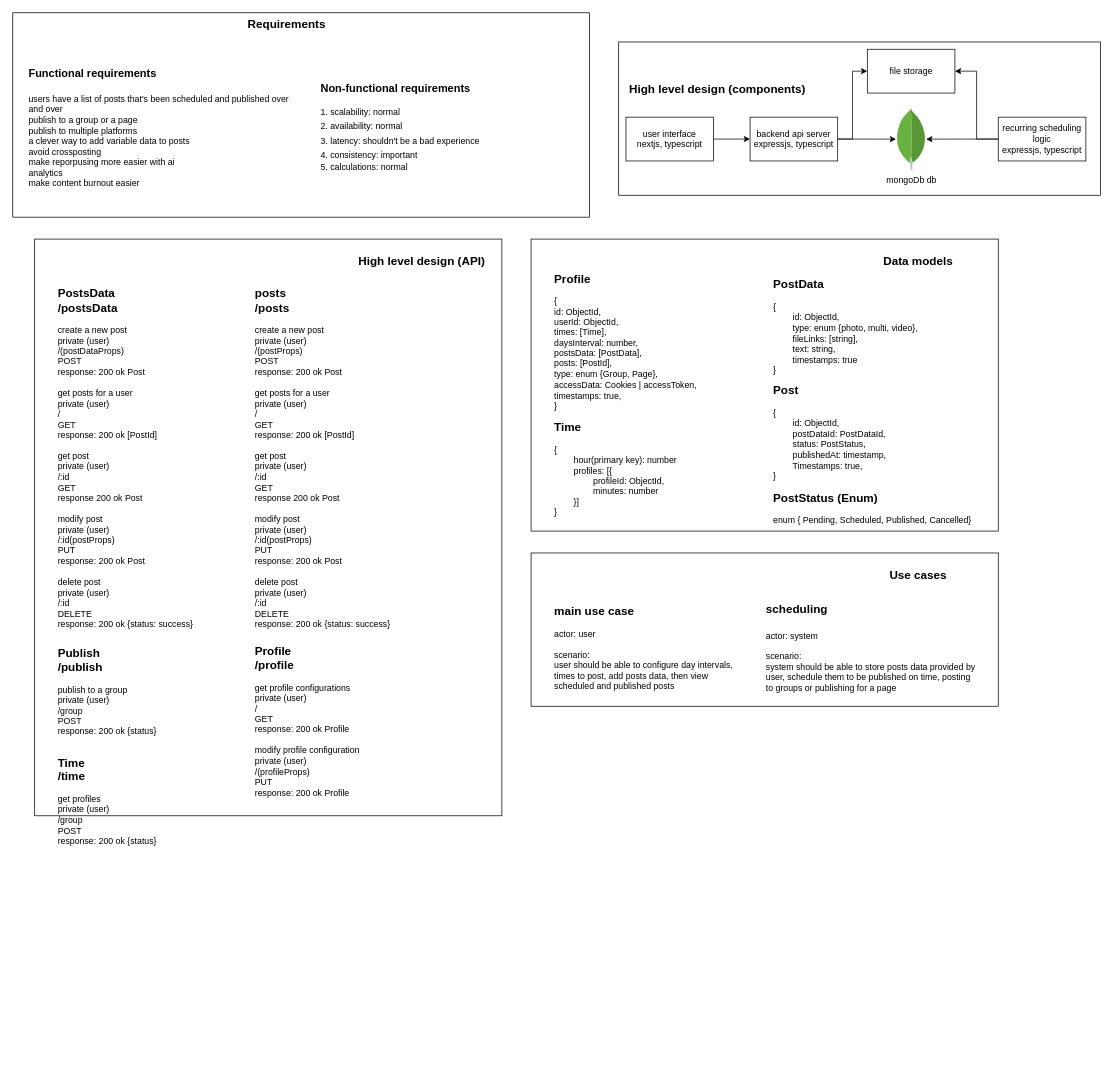
ahmed-elbehairy7/pamylka-system-design keeps this draw.io diagram as page "high-level" (1 of 3) of auto-post.drawio. Above is the earlier version. Source tidied: cells renumbered, new cells numbered last; positions are measured from the earlier drawing's top-left corner, leaving out a move shared by most shapes. Both pictures are drawn from the tidied source at 73%, with x=0, y=0 at pixel (12, 12).
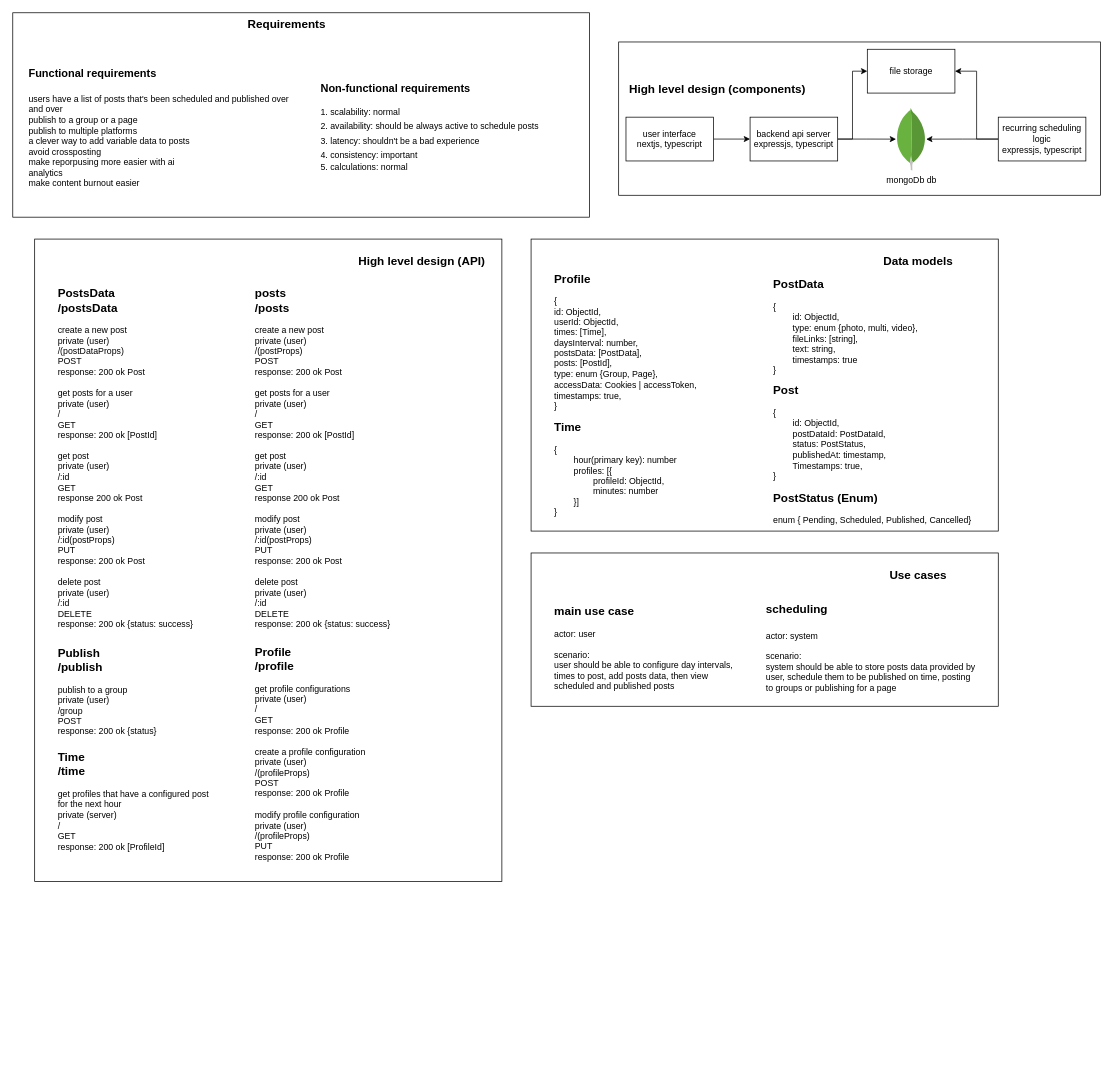
After the change.

The change refers to these unchanged cells:
```xml
<mxCell id="15" style="group;" parent="1" vertex="1">
  <mxGeometry x="30" y="310" width="640" height="1120" as="geometry" />
</mxCell>
<mxCell id="23" style="group;" parent="1" vertex="1">
  <mxGeometry width="790" height="290" as="geometry" />
</mxCell>
```

What changed in the source:
```diff
@@
     <mxCell id="16" style="whiteSpace=wrap;html=1;fontSize=11;" parent="15" vertex="1">
-      <mxGeometry width="640" height="790" as="geometry" />
+      <mxGeometry width="640" height="880" as="geometry" />
     </mxCell>
@@
-    <mxCell id="19" value="&lt;div&gt;&lt;span style=&quot;font-size: 16px;&quot;&gt;&lt;b&gt;Profile&lt;/b&gt;&lt;/span&gt;&lt;/div&gt;&lt;div&gt;&lt;b style=&quot;font-size: 16px; background-color: transparent; color: light-dark(rgb(0, 0, 0), rgb(255, 255, 255));&quot;&gt;/profile&lt;/b&gt;&lt;/div&gt;&lt;div&gt;&lt;br&gt;&lt;/div&gt;&lt;div&gt;get profile configurations&lt;/div&gt;&lt;div&gt;&lt;span style=&quot;background-color: transparent; color: light-dark(rgb(0, 0, 0), rgb(255, 255, 255));&quot;&gt;private (user)&lt;/span&gt;&lt;/div&gt;&lt;div&gt;/&lt;/div&gt;&lt;div&gt;GET&lt;/div&gt;&lt;div&gt;response: 200 ok Profile&lt;/div&gt;&lt;div&gt;&lt;br&gt;&lt;/div&gt;&lt;div&gt;modify profile configuration&lt;/div&gt;&lt;div&gt;private (user)&lt;/div&gt;&lt;div&gt;/(profileProps)&lt;/div&gt;&lt;div&gt;PUT&lt;/div&gt;&lt;div&gt;response: 200 ok Profile&lt;/div&gt;" style="text;html=1;align=left;verticalAlign=middle;strokeColor=none;fillColor=none;" parent="15" vertex="1">
-      <mxGeometry x="300" y="550" width="170" height="220" as="geometry" />
+    <mxCell id="19" value="&lt;div&gt;&lt;span style=&quot;font-size: 16px;&quot;&gt;&lt;b&gt;Profile&lt;/b&gt;&lt;/span&gt;&lt;/div&gt;&lt;div&gt;&lt;b style=&quot;font-size: 16px; background-color: transparent; color: light-dark(rgb(0, 0, 0), rgb(255, 255, 255));&quot;&gt;/profile&lt;/b&gt;&lt;/div&gt;&lt;div&gt;&lt;br&gt;&lt;/div&gt;&lt;div&gt;get profile configurations&lt;/div&gt;&lt;div&gt;&lt;span style=&quot;background-color: transparent; color: light-dark(rgb(0, 0, 0), rgb(255, 255, 255));&quot;&gt;private (user)&lt;/span&gt;&lt;/div&gt;&lt;div&gt;/&lt;/div&gt;&lt;div&gt;GET&lt;/div&gt;&lt;div&gt;response: 200 ok Profile&lt;/div&gt;&lt;div&gt;&lt;br&gt;&lt;/div&gt;&lt;div&gt;create a profile configuration&lt;/div&gt;&lt;div&gt;private (user)&lt;/div&gt;&lt;div&gt;/(profileProps)&lt;/div&gt;&lt;div&gt;POST&lt;/div&gt;&lt;div&gt;response: 200 ok Profile&lt;/div&gt;&lt;div&gt;&lt;br&gt;&lt;/div&gt;&lt;div&gt;&lt;div&gt;modify profile configuration&lt;/div&gt;&lt;div&gt;private (user)&lt;/div&gt;&lt;div&gt;/(profileProps)&lt;/div&gt;&lt;div&gt;PUT&lt;/div&gt;&lt;div&gt;response: 200 ok Profile&lt;/div&gt;&lt;/div&gt;" style="text;html=1;align=left;verticalAlign=middle;strokeColor=none;fillColor=none;" parent="15" vertex="1">
+      <mxGeometry x="300" y="550" width="170" height="310" as="geometry" />
     </mxCell>
@@
-    <mxCell id="22" value="&lt;div&gt;&lt;b style=&quot;font-size: 16px; background-color: transparent; color: light-dark(rgb(0, 0, 0), rgb(255, 255, 255));&quot;&gt;Time&lt;/b&gt;&lt;/div&gt;&lt;div&gt;&lt;b style=&quot;font-size: 16px; background-color: transparent; color: light-dark(rgb(0, 0, 0), rgb(255, 255, 255));&quot;&gt;/time&lt;/b&gt;&lt;/div&gt;&lt;div&gt;&lt;br&gt;&lt;/div&gt;&lt;div&gt;get profiles&amp;nbsp;&lt;/div&gt;&lt;div&gt;&lt;span style=&quot;background-color: transparent; color: light-dark(rgb(0, 0, 0), rgb(255, 255, 255));&quot;&gt;private (user)&lt;/span&gt;&lt;/div&gt;&lt;div&gt;/group&lt;/div&gt;&lt;div&gt;POST&lt;/div&gt;&lt;div&gt;response: 200 ok {status}&lt;/div&gt;" style="text;html=1;align=left;verticalAlign=middle;strokeColor=none;fillColor=none;" parent="15" vertex="1">
-      <mxGeometry x="30" y="700" width="160" height="140" as="geometry" />
+    <mxCell id="22" value="&lt;div&gt;&lt;b style=&quot;font-size: 16px; background-color: transparent; color: light-dark(rgb(0, 0, 0), rgb(255, 255, 255));&quot;&gt;Time&lt;/b&gt;&lt;/div&gt;&lt;div&gt;&lt;b style=&quot;font-size: 16px; background-color: transparent; color: light-dark(rgb(0, 0, 0), rgb(255, 255, 255));&quot;&gt;/time&lt;/b&gt;&lt;/div&gt;&lt;div&gt;&lt;br&gt;&lt;/div&gt;&lt;div&gt;get profiles that have a configured post&lt;/div&gt;&lt;div&gt;for the next hour&lt;/div&gt;&lt;div&gt;&lt;span style=&quot;background-color: transparent; color: light-dark(rgb(0, 0, 0), rgb(255, 255, 255));&quot;&gt;private (server)&lt;/span&gt;&lt;/div&gt;&lt;div&gt;/&lt;/div&gt;&lt;div&gt;GET&lt;/div&gt;&lt;div&gt;response: 200 ok [ProfileId]&lt;/div&gt;" style="text;html=1;align=left;verticalAlign=middle;strokeColor=none;fillColor=none;" parent="15" vertex="1">
+      <mxGeometry x="30" y="695" width="230" height="150" as="geometry" />
     </mxCell>
@@
-    <mxCell id="26" value="&lt;h1 style=&quot;margin-top: 0px;&quot;&gt;&lt;span style=&quot;background-color: transparent; color: light-dark(rgb(0, 0, 0), rgb(255, 255, 255));&quot;&gt;&lt;font style=&quot;font-size: 15px;&quot;&gt;Non-functional requirements&lt;/font&gt;&lt;/span&gt;&lt;/h1&gt;&lt;h1 style=&quot;margin-top: 0px; line-height: 0%;&quot;&gt;&lt;span style=&quot;font-size: 12px; font-weight: 400;&quot;&gt;1. scalability: normal&lt;/span&gt;&lt;/h1&gt;&lt;h1 style=&quot;margin-top: 0px; line-height: 0%;&quot;&gt;&lt;span style=&quot;background-color: transparent; color: light-dark(rgb(0, 0, 0), rgb(255, 255, 255)); font-size: 12px; font-weight: 400;&quot;&gt;2. availability: normal&lt;/span&gt;&lt;/h1&gt;&lt;h1 style=&quot;margin-top: 0px; line-height: 0%;&quot;&gt;&lt;span style=&quot;background-color: transparent; color: light-dark(rgb(0, 0, 0), rgb(255, 255, 255)); font-size: 12px; font-weight: 400;&quot;&gt;3. latency: shouldn't be a bad experience&lt;/span&gt;&lt;/h1&gt;&lt;h1 style=&quot;margin-top: 0px; line-height: 0%;&quot;&gt;&lt;span style=&quot;background-color: transparent; color: light-dark(rgb(0, 0, 0), rgb(255, 255, 255)); font-size: 12px; font-weight: normal;&quot;&gt;4. consistency: important&lt;/span&gt;&lt;/h1&gt;&lt;div style=&quot;line-height: 0%;&quot;&gt;&lt;span style=&quot;background-color: transparent; color: light-dark(rgb(0, 0, 0), rgb(255, 255, 255));&quot;&gt;5. calculations: normal&lt;/span&gt;&lt;/div&gt;" style="text;html=1;whiteSpace=wrap;overflow=hidden;rounded=0;" parent="23" vertex="1">
+    <mxCell id="26" value="&lt;h1 style=&quot;margin-top: 0px;&quot;&gt;&lt;span style=&quot;background-color: transparent; color: light-dark(rgb(0, 0, 0), rgb(255, 255, 255));&quot;&gt;&lt;font style=&quot;font-size: 15px;&quot;&gt;Non-functional requirements&lt;/font&gt;&lt;/span&gt;&lt;/h1&gt;&lt;h1 style=&quot;margin-top: 0px; line-height: 0%;&quot;&gt;&lt;span style=&quot;font-size: 12px; font-weight: 400;&quot;&gt;1. scalability: normal&lt;/span&gt;&lt;/h1&gt;&lt;h1 style=&quot;margin-top: 0px; line-height: 0%;&quot;&gt;&lt;span style=&quot;background-color: transparent; color: light-dark(rgb(0, 0, 0), rgb(255, 255, 255)); font-size: 12px; font-weight: 400;&quot;&gt;2. availability: should be always active to schedule posts&lt;/span&gt;&lt;/h1&gt;&lt;h1 style=&quot;margin-top: 0px; line-height: 0%;&quot;&gt;&lt;span style=&quot;background-color: transparent; color: light-dark(rgb(0, 0, 0), rgb(255, 255, 255)); font-size: 12px; font-weight: 400;&quot;&gt;3. latency: shouldn't be a bad experience&lt;/span&gt;&lt;/h1&gt;&lt;h1 style=&quot;margin-top: 0px; line-height: 0%;&quot;&gt;&lt;span style=&quot;background-color: transparent; color: light-dark(rgb(0, 0, 0), rgb(255, 255, 255)); font-size: 12px; font-weight: normal;&quot;&gt;4. consistency: important&lt;/span&gt;&lt;/h1&gt;&lt;div style=&quot;line-height: 0%;&quot;&gt;&lt;span style=&quot;background-color: transparent; color: light-dark(rgb(0, 0, 0), rgb(255, 255, 255));&quot;&gt;5. calculations: normal&lt;/span&gt;&lt;/div&gt;" style="text;html=1;whiteSpace=wrap;overflow=hidden;rounded=0;" parent="23" vertex="1">
       <mxGeometry x="420" y="80" width="350" height="150" as="geometry" />
     </mxCell>
```
